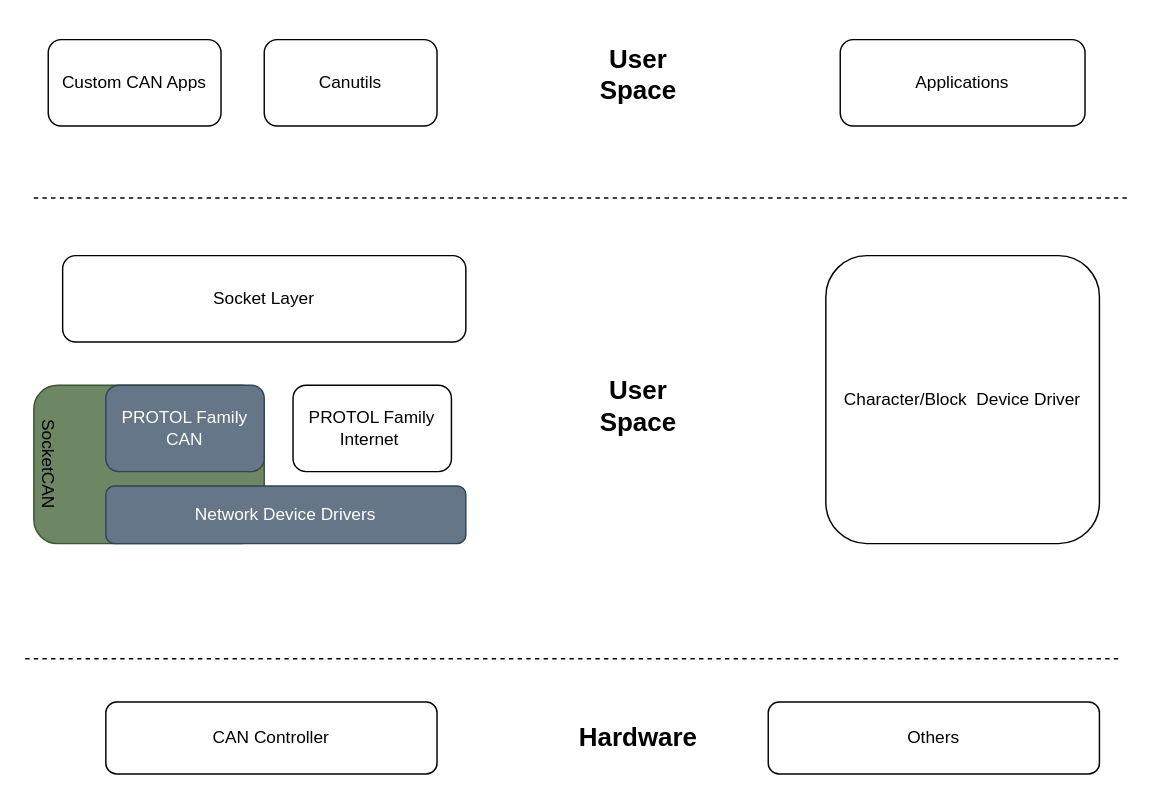
Earlier version of the draw.io diagram docs/socketcan-overall-structure.drawio (realwangjike/dec). Source tidied: cells renumbered, new cells numbered last; positions are measured from the earlier drawing's top-left corner, leaving out a move shared by most shapes. Both pictures are drawn from the tidied source at 144%, with x=0, y=0 at pixel (4, 24).
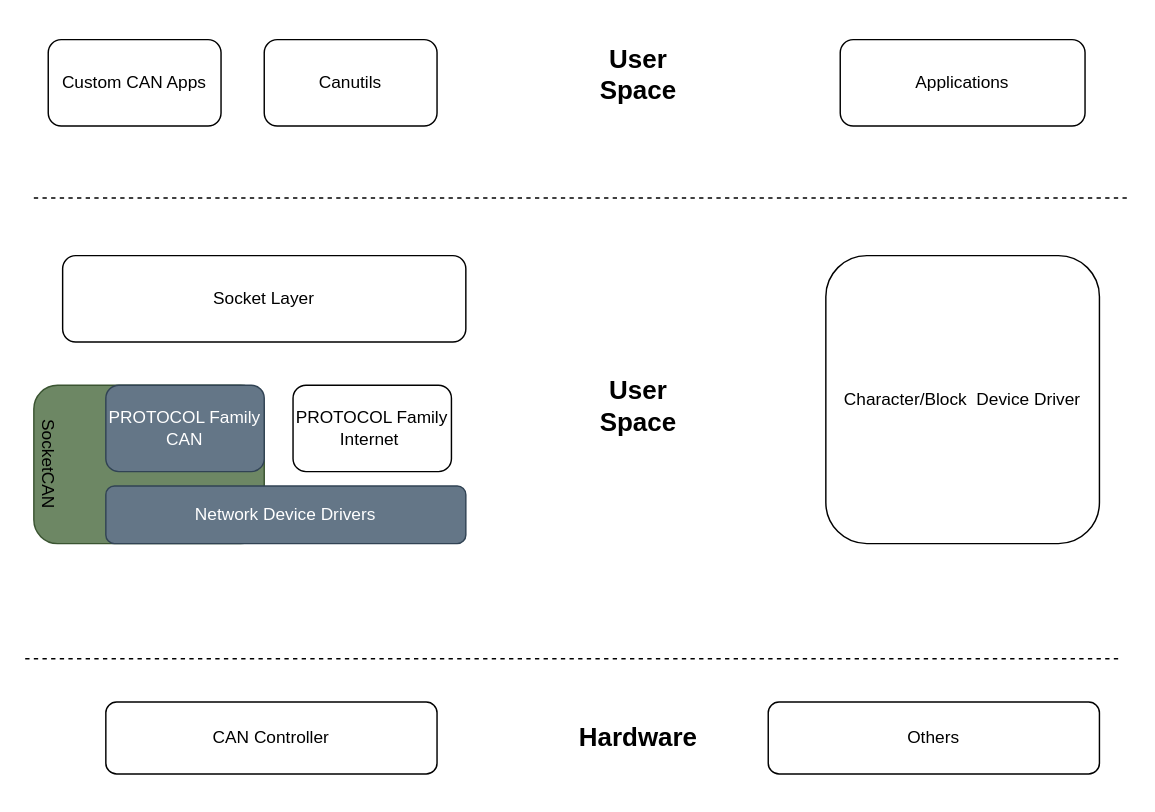
The same page after the edit.

Commit message (it also covers changes not shown here):
[doc] 修正文档中的单词拼写错误

The edit, as a diff of the source:
```diff
@@
-    <mxCell id="10" value="PROTOL Family CAN" style="rounded=1;whiteSpace=wrap;html=1;fillColor=#647687;fontColor=#ffffff;strokeColor=#314354;" parent="1" vertex="1">
+    <mxCell id="10" value="PROTOCOL Family CAN" style="rounded=1;whiteSpace=wrap;html=1;fillColor=#647687;fontColor=#ffffff;strokeColor=#314354;" parent="1" vertex="1">
       <mxGeometry x="70" y="250" width="110" height="60" as="geometry" />
     </mxCell>
@@
-    <mxCell id="12" value="PROTOL Family Internet&amp;nbsp;" style="rounded=1;whiteSpace=wrap;html=1;" parent="1" vertex="1">
+    <mxCell id="12" value="PROTOCOL Family Internet&amp;nbsp;" style="rounded=1;whiteSpace=wrap;html=1;" parent="1" vertex="1">
       <mxGeometry x="200" y="250" width="110" height="60" as="geometry" />
     </mxCell>
```
